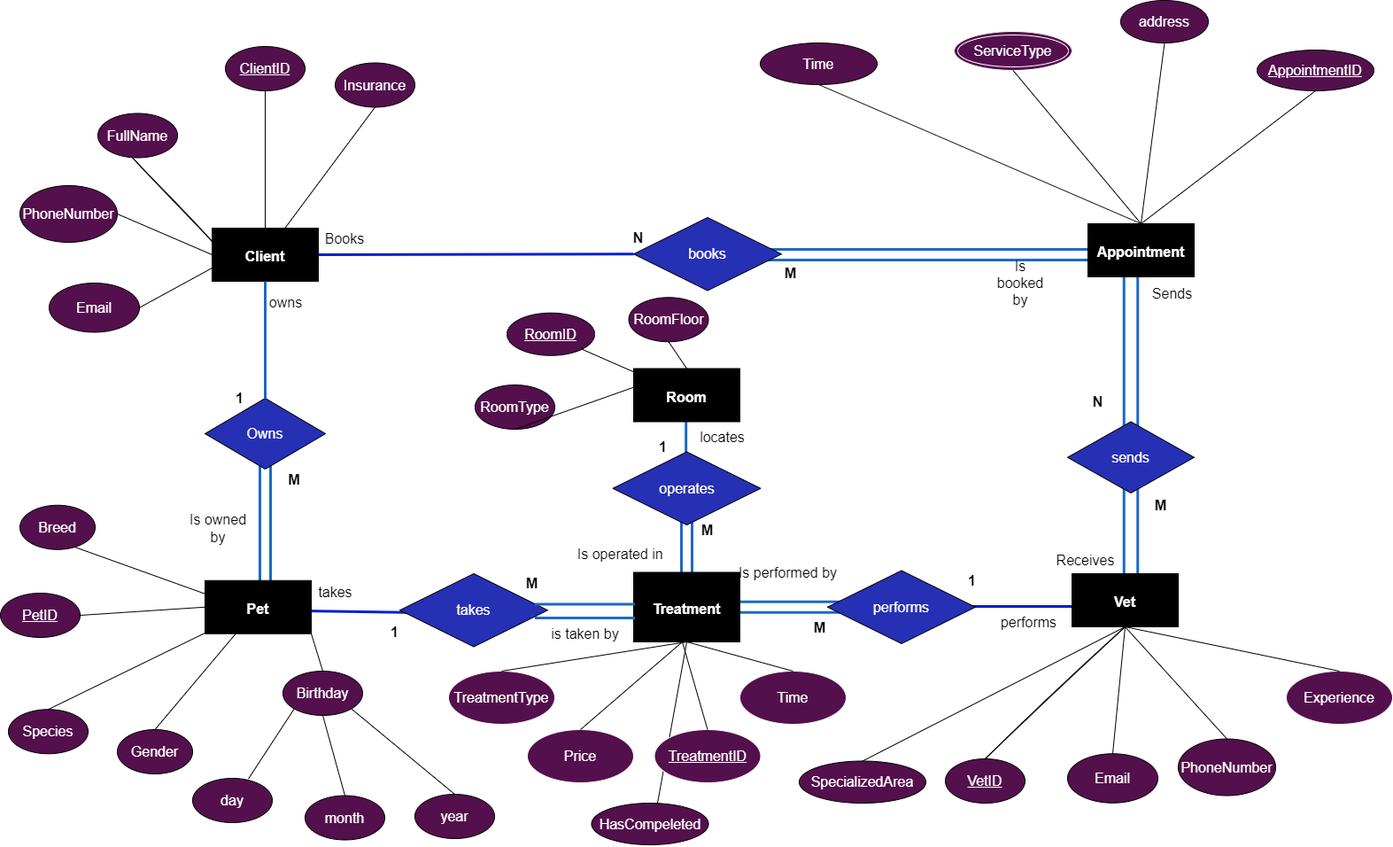
tomztz/SQL-Pet-Clinic keeps this draw.io diagram as PetClinic.drawio.png. Above is the earlier version. Source tidied: cells renumbered, new cells last; positions are measured from the earlier drawing's top-left corner, leaving out a move shared by most shapes.
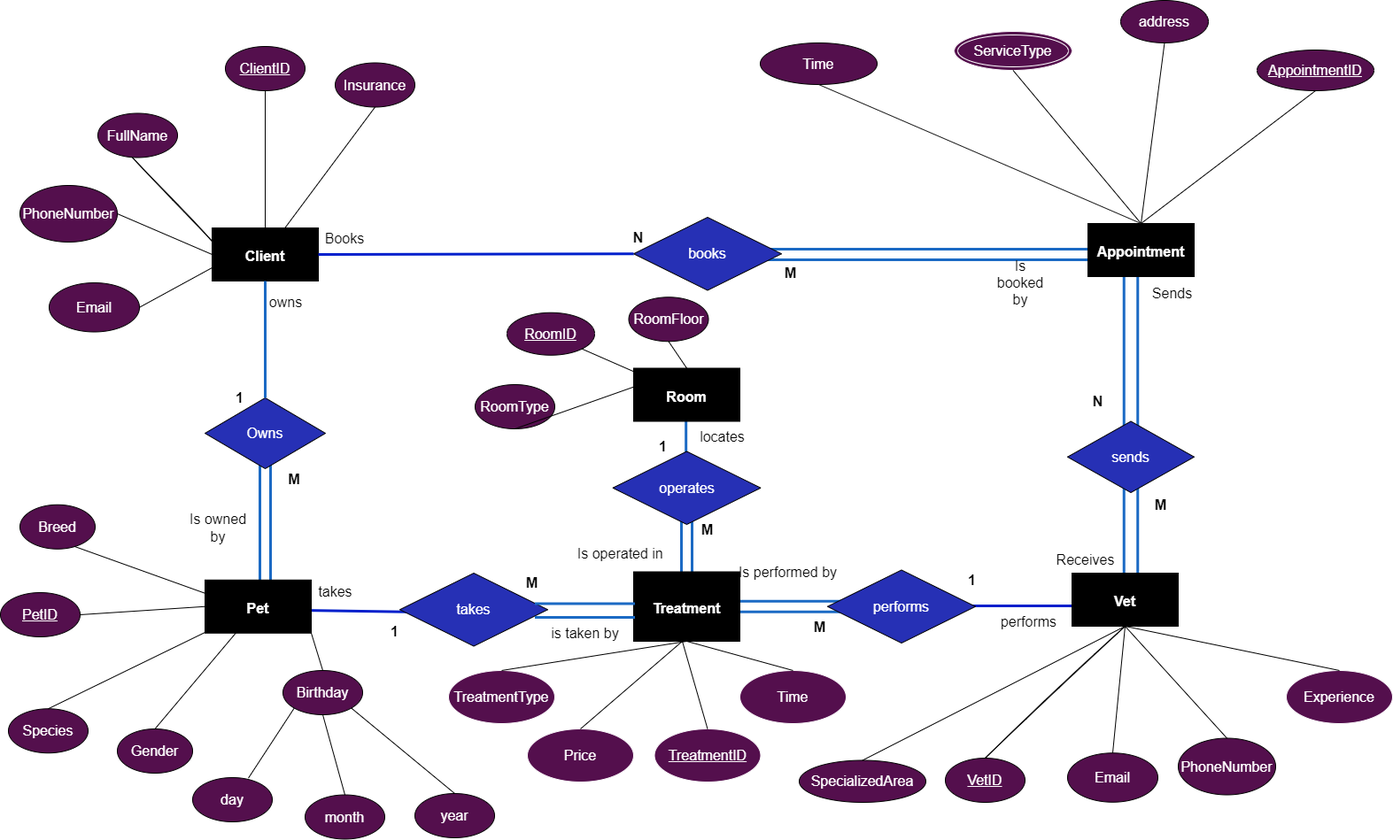
Above is the later version.

The edit, as a diff of the source:
```diff
@@ -2,9 +2,6 @@
   <root>
     <mxCell id="0" />
     <mxCell id="1" parent="0" />
-    <mxCell id="2" style="endArrow=none;html=1;rounded=0;entryX=0.5;entryY=1;entryDx=0;entryDy=0;exitX=0.5;exitY=1;exitDx=0;exitDy=0;" parent="1" edge="1" source="77" target="110">
-      <mxGeometry relative="1" as="geometry" />
-    </mxCell>
     <mxCell id="3" style="endArrow=none;html=1;rounded=0;shadow=0;sketch=0;fontSize=16;fontColor=#000000;startSize=6;endSize=6;sourcePerimeterSpacing=0;targetPerimeterSpacing=0;strokeColor=#001FCC;strokeWidth=3;jumpSize=6;fillColor=#0050ef;" parent="1" edge="1">
       <mxGeometry relative="1" as="geometry">
         <mxPoint x="341" y="689" as="sourcePoint" />
@@ -339,8 +336,5 @@
     <mxCell id="109" style="endArrow=none;html=1;rounded=0;shadow=0;sketch=0;fontSize=16;fontColor=#FFFFFF;startSize=6;endSize=6;sourcePerimeterSpacing=0;targetPerimeterSpacing=0;strokeColor=#000000;strokeWidth=1;jumpSize=6;entryX=0.5;entryY=0;entryDx=0;entryDy=0;exitX=0.5;exitY=1;exitDx=0;exitDy=0;" parent="1" edge="1" source="77" target="105">
       <mxGeometry relative="1" as="geometry" />
     </mxCell>
-    <mxCell id="110" value="HasCompeleted" style="ellipse;whiteSpace=wrap;html=1;fontSize=16;fontColor=#FFFFFF;fillColor=#540F4D;" parent="1" vertex="1">
-      <mxGeometry x="667.5" y="906" width="132" height="47" as="geometry" />
-    </mxCell>
   </root>
 </mxGraphModel>
```
